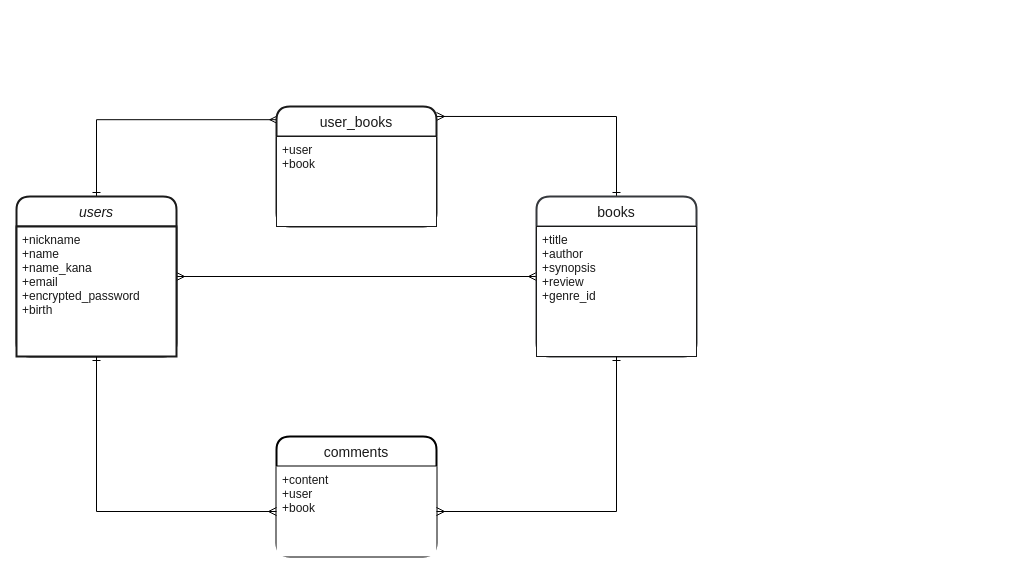
The draw.io diagram book_quick.dio in takashimayuusuke/book-quick, before the edit. Source tidied: cells renumbered, new cells numbered last; positions are measured from the earlier drawing's top-left corner, leaving out a move shared by most shapes. Both pictures are drawn from the tidied source at 100%, with x=0, y=0 at pixel (16, 106).
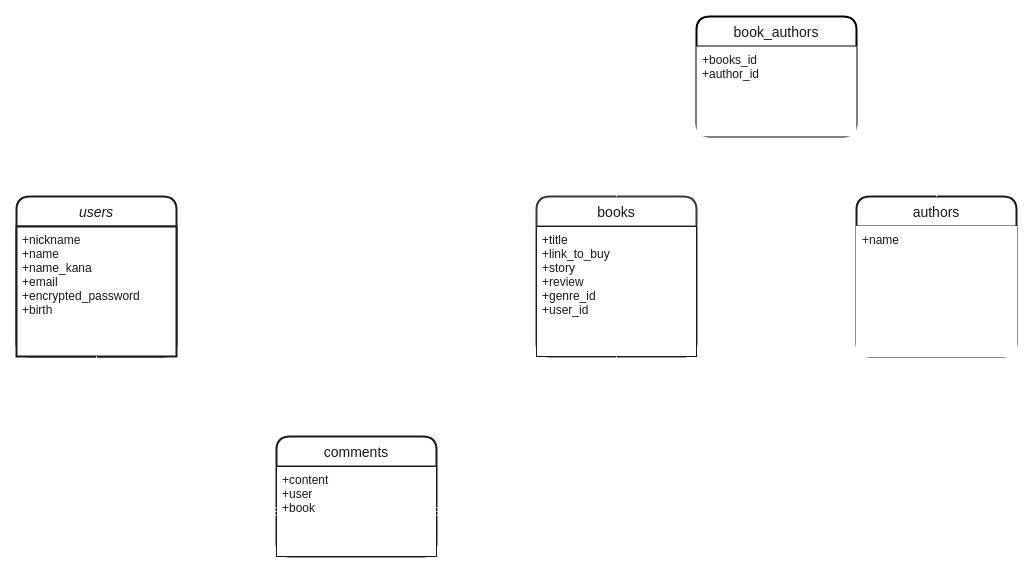
The same page after the edit.

The edit, as a diff of the source:
```diff
@@
 <mxGraphModel>
   <root>
     <mxCell id="0" />
     <mxCell id="1" parent="0" />
-    <mxCell id="2" style="edgeStyle=orthogonalEdgeStyle;rounded=0;jettySize=auto;html=1;exitX=0.5;exitY=0;exitDx=0;exitDy=0;entryX=0.008;entryY=0.11;entryDx=0;entryDy=0;entryPerimeter=0;fontColor=#1A1A1A;strokeWidth=1;endArrow=ERmany;endFill=0;startArrow=ERone;startFill=0;" parent="1" edge="1" source="4" target="9">
-      <mxGeometry relative="1" as="geometry" />
-    </mxCell>
-    <mxCell id="3" style="edgeStyle=orthogonalEdgeStyle;rounded=0;jettySize=auto;html=1;exitX=1;exitY=0.5;exitDx=0;exitDy=0;entryX=0;entryY=0.5;entryDx=0;entryDy=0;startArrow=ERmany;startFill=0;endArrow=ERmany;endFill=0;strokeWidth=1;fontColor=#1A1A1A;" parent="1" edge="1" source="4" target="7">
+    <mxCell id="3" style="edgeStyle=orthogonalEdgeStyle;rounded=0;jettySize=auto;html=1;exitX=1;exitY=0.5;exitDx=0;exitDy=0;entryX=0;entryY=0.5;entryDx=0;entryDy=0;startArrow=ERone;startFill=0;endArrow=ERmany;endFill=0;strokeWidth=1;fillColor=#eeeeee;strokeColor=#FFFFFF;fontColor=#FFFFFF;" parent="1" edge="1" source="4" target="7">
       <mxGeometry relative="1" as="geometry" />
     </mxCell>
     <mxCell id="4" value="users" style="swimlane;horizontal=1;startSize=30;rounded=1;fontSize=14;fontStyle=2;strokeWidth=2;shadow=0;dashed=0;align=center;fontColor=#1A1A1A;fillColor=#FFFFFF;labelBorderColor=none;strokeColor=#1A1A1A;" parent="1" vertex="1">
       <mxGeometry y="90" width="160" height="160" as="geometry" />
     </mxCell>
     <mxCell id="5" value="+nickname&#10;+name&#10;+name_kana&#10;+email&#10;+encrypted_password&#10;+birth&#10;" style="align=left;spacingLeft=4;fontSize=12;verticalAlign=top;fontColor=#1A1A1A;fillColor=#FFFFFF;strokeWidth=2;strokeColor=#1A1A1A;" parent="4" vertex="1">
       <mxGeometry y="30" width="160" height="130" as="geometry" />
     </mxCell>
-    <mxCell id="6" style="edgeStyle=orthogonalEdgeStyle;rounded=0;jettySize=auto;html=1;exitX=0.5;exitY=0;exitDx=0;exitDy=0;entryX=1;entryY=0.083;entryDx=0;entryDy=0;entryPerimeter=0;startArrow=ERone;startFill=0;endArrow=ERmany;endFill=0;strokeWidth=1;fontColor=#1A1A1A;" parent="1" edge="1" source="7" target="9">
-      <mxGeometry relative="1" as="geometry" />
-    </mxCell>
+    <mxCell id="15" style="edgeStyle=orthogonalEdgeStyle;rounded=0;jettySize=auto;html=1;entryX=0;entryY=0.5;entryDx=0;entryDy=0;startArrow=ERone;startFill=0;endArrow=ERmany;endFill=0;strokeWidth=1;fontColor=#FFFFFF;fillColor=#eeeeee;strokeColor=#FFFFFF;" parent="1" edge="1" source="7" target="16">
+      <mxGeometry relative="1" as="geometry" />
+    </mxCell>
     <mxCell id="7" value="books" style="swimlane;horizontal=1;startSize=30;rounded=1;fontSize=14;fontStyle=0;strokeWidth=2;shadow=0;dashed=0;align=center;strokeColor=#36393d;fillColor=#FFFFFF;fontColor=#1A1A1A;" parent="1" vertex="1">
       <mxGeometry x="520" y="90" width="160" height="160" as="geometry" />
     </mxCell>
-    <mxCell id="8" value="+title&#10;+author&#10;+synopsis&#10;+review&#10;+genre_id&#10;" style="align=left;spacingLeft=4;fontSize=12;verticalAlign=top;fillColor=#FFFFFF;fontColor=#1A1A1A;strokeColor=#1A1A1A;" parent="7" vertex="1">
+    <mxCell id="8" value="+title&#10;+link_to_buy&#10;+story&#10;+review&#10;+genre_id&#10;+user_id" style="align=left;spacingLeft=4;fontSize=12;verticalAlign=top;fillColor=#FFFFFF;fontColor=#1A1A1A;strokeColor=#1A1A1A;" parent="7" vertex="1">
       <mxGeometry y="30" width="160" height="130" as="geometry" />
     </mxCell>
-    <mxCell id="9" value="user_books" style="swimlane;horizontal=1;startSize=30;rounded=1;fontSize=14;fontStyle=0;strokeWidth=2;shadow=0;dashed=0;align=center;fontColor=#1A1A1A;fillColor=#FFFFFF;strokeColor=#1A1A1A;" parent="1" vertex="1">
-      <mxGeometry x="260" width="160" height="120" as="geometry" />
-    </mxCell>
-    <mxCell id="10" value="+user&#10;+book&#10;" style="align=left;spacingLeft=4;fontSize=12;verticalAlign=top;fillColor=#FFFFFF;fontColor=#1A1A1A;strokeColor=#1A1A1A;" parent="9" vertex="1">
-      <mxGeometry y="30" width="160" height="90" as="geometry" />
-    </mxCell>
-    <mxCell id="11" value="comments" style="swimlane;horizontal=1;startSize=30;rounded=1;fontSize=14;fontStyle=0;strokeWidth=2;shadow=0;dashed=0;align=center;fillColor=#FFFFFF;fontColor=#1A1A1A;" parent="1" vertex="1">
+    <mxCell id="11" value="comments" style="swimlane;horizontal=1;startSize=30;rounded=1;fontSize=14;fontStyle=0;strokeWidth=2;shadow=0;dashed=0;align=center;fillColor=#FFFFFF;fontColor=#1A1A1A;strokeColor=#1A1A1A;" parent="1" vertex="1">
       <mxGeometry x="260" y="330" width="160" height="120" as="geometry" />
     </mxCell>
-    <mxCell id="12" value="+content&#10;+user&#10;+book" style="align=left;strokeColor=none;spacingLeft=4;fontSize=12;verticalAlign=top;fontColor=#1A1A1A;fillColor=#FFFFFF;" parent="11" vertex="1">
+    <mxCell id="12" value="+content&#10;+user&#10;+book" style="align=left;spacingLeft=4;fontSize=12;verticalAlign=top;fontColor=#1A1A1A;fillColor=#FFFFFF;strokeColor=#1A1A1A;" parent="11" vertex="1">
       <mxGeometry y="30" width="160" height="90" as="geometry" />
     </mxCell>
-    <mxCell id="13" style="edgeStyle=orthogonalEdgeStyle;rounded=0;jettySize=auto;html=1;exitX=0.5;exitY=1;exitDx=0;exitDy=0;entryX=0;entryY=0.5;entryDx=0;entryDy=0;startArrow=ERone;startFill=0;endArrow=ERmany;endFill=0;strokeWidth=1;fontColor=#1A1A1A;" parent="1" edge="1" source="5" target="12">
+    <mxCell id="13" style="edgeStyle=orthogonalEdgeStyle;rounded=0;jettySize=auto;html=1;exitX=0.5;exitY=1;exitDx=0;exitDy=0;entryX=0;entryY=0.5;entryDx=0;entryDy=0;startArrow=ERone;startFill=0;endArrow=ERmany;endFill=0;strokeWidth=1;fontColor=#FFFFFF;fillColor=#eeeeee;strokeColor=#FFFFFF;" parent="1" edge="1" source="5" target="12">
       <mxGeometry relative="1" as="geometry" />
     </mxCell>
-    <mxCell id="14" style="edgeStyle=orthogonalEdgeStyle;rounded=0;jettySize=auto;html=1;exitX=1;exitY=0.5;exitDx=0;exitDy=0;entryX=0.5;entryY=1;entryDx=0;entryDy=0;startArrow=ERmany;startFill=0;endArrow=ERone;endFill=0;strokeWidth=1;fontColor=#1A1A1A;" parent="1" edge="1" source="12" target="7">
+    <mxCell id="14" style="edgeStyle=orthogonalEdgeStyle;rounded=0;jettySize=auto;html=1;exitX=1;exitY=0.5;exitDx=0;exitDy=0;entryX=0.5;entryY=1;entryDx=0;entryDy=0;startArrow=ERmany;startFill=0;endArrow=ERone;endFill=0;strokeWidth=1;fontColor=#FFFFFF;fillColor=#eeeeee;strokeColor=#FFFFFF;" parent="1" edge="1" source="12" target="7">
       <mxGeometry relative="1" as="geometry" />
     </mxCell>
+    <mxCell id="16" value="authors" style="swimlane;horizontal=1;startSize=30;rounded=1;fontSize=14;fontStyle=0;strokeWidth=2;shadow=0;dashed=0;align=center;fillColor=#FFFFFF;fontColor=#1A1A1A;strokeColor=#1A1A1A;" parent="1" vertex="1">
+      <mxGeometry x="840" y="90" width="160" height="160" as="geometry" />
+    </mxCell>
+    <mxCell id="17" value="+name&#10;&#10;" style="align=left;spacingLeft=4;fontSize=12;verticalAlign=top;fillColor=#FFFFFF;fontColor=#1A1A1A;strokeColor=#FFFFFF;" parent="16" vertex="1">
+      <mxGeometry y="30" width="160" height="130" as="geometry" />
+    </mxCell>
+    <mxCell id="18" style="edgeStyle=orthogonalEdgeStyle;rounded=0;jettySize=auto;html=1;exitX=0;exitY=0.25;exitDx=0;exitDy=0;startArrow=ERmany;startFill=0;endArrow=ERone;endFill=0;strokeWidth=1;fontColor=#FFFFFF;strokeColor=#FFFFFF;" parent="1" edge="1" source="20" target="7">
+      <mxGeometry relative="1" as="geometry" />
+    </mxCell>
+    <mxCell id="19" style="edgeStyle=orthogonalEdgeStyle;rounded=0;jettySize=auto;html=1;exitX=1;exitY=0.25;exitDx=0;exitDy=0;startArrow=ERmany;startFill=0;endArrow=ERone;endFill=0;strokeWidth=1;fontColor=#FFFFFF;strokeColor=#FFFFFF;" parent="1" edge="1" source="20" target="16">
+      <mxGeometry relative="1" as="geometry" />
+    </mxCell>
+    <mxCell id="20" value="book_authors" style="swimlane;horizontal=1;startSize=30;rounded=1;fontSize=14;fontStyle=0;strokeWidth=2;shadow=0;dashed=0;align=center;fillColor=#FFFFFF;fontColor=#1A1A1A;" parent="1" vertex="1">
+      <mxGeometry x="680" y="-90" width="160" height="120" as="geometry" />
+    </mxCell>
+    <mxCell id="21" value="+books_id&#10;+author_id&#10;" style="align=left;strokeColor=none;spacingLeft=4;fontSize=12;verticalAlign=top;fillColor=#FFFFFF;fontColor=#1A1A1A;" parent="20" vertex="1">
+      <mxGeometry y="30" width="160" height="90" as="geometry" />
+    </mxCell>
   </root>
 </mxGraphModel>
```
